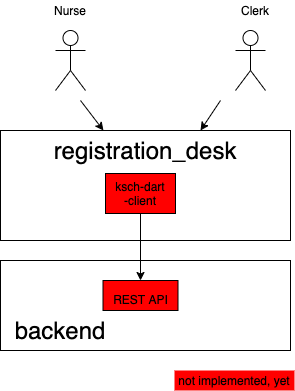
Earlier version of the draw.io export doc/img/context.png (ksch-workflows/registration-desk-flutter). Source tidied: cells renumbered, new cells last; positions are measured from the earlier drawing's top-left corner, leaving out a move shared by most shapes.
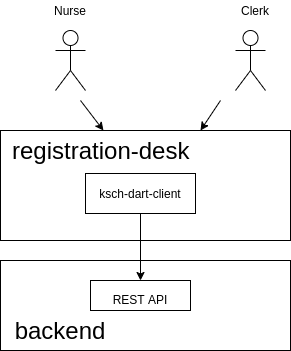
Above is the later version.

Change to the diagram source:
```diff
@@ -5,20 +5,17 @@
     <mxCell id="2" style="rounded=0;whiteSpace=wrap;html=1;" parent="1" vertex="1">
       <mxGeometry y="130" width="290" height="110" as="geometry" />
     </mxCell>
-    <mxCell id="3" value="ksch-dart&lt;br&gt;-client" style="rounded=0;whiteSpace=wrap;html=1;fillColor=#FF0000;" parent="1" vertex="1">
-      <mxGeometry x="105" y="173" width="70" height="40" as="geometry" />
+    <mxCell id="3" value="ksch-dart-client" style="rounded=0;whiteSpace=wrap;html=1;fillColor=none;" parent="1" vertex="1">
+      <mxGeometry x="85" y="173" width="110" height="40" as="geometry" />
     </mxCell>
-    <mxCell id="4" value="not implemented, yet" style="rounded=0;whiteSpace=wrap;html=1;fillColor=#FF0000;strokeColor=none;" parent="1" vertex="1">
-      <mxGeometry x="174" y="370" width="120" height="20" as="geometry" />
-    </mxCell>
     <mxCell id="5" style="rounded=0;whiteSpace=wrap;html=1;fillColor=#FFFFFF;" parent="1" vertex="1">
       <mxGeometry y="260" width="290" height="90" as="geometry" />
     </mxCell>
-    <mxCell id="6" value="registration_desk" style="text;html=1;strokeColor=none;fillColor=none;align=center;verticalAlign=middle;whiteSpace=wrap;rounded=0;fontSize=24;" parent="1" vertex="1">
-      <mxGeometry x="125" y="140" width="40" height="20" as="geometry" />
+    <mxCell id="6" value="registration-desk" style="text;html=1;strokeColor=none;fillColor=none;align=left;verticalAlign=middle;whiteSpace=wrap;rounded=0;fontSize=24;" parent="1" vertex="1">
+      <mxGeometry x="10" y="140" width="220" height="20" as="geometry" />
     </mxCell>
-    <mxCell id="7" value="&lt;font style=&quot;font-size: 12px&quot;&gt;REST API&lt;/font&gt;" style="rounded=0;whiteSpace=wrap;html=1;fontSize=24;fillColor=#FF0000;" parent="1" vertex="1">
-      <mxGeometry x="102.5" y="280" width="75" height="30" as="geometry" />
+    <mxCell id="7" value="&lt;font style=&quot;font-size: 12px&quot;&gt;REST API&lt;/font&gt;" style="rounded=0;whiteSpace=wrap;html=1;fontSize=24;fillColor=none;verticalAlign=middle;" parent="1" vertex="1">
+      <mxGeometry x="90" y="280" width="100" height="30" as="geometry" />
     </mxCell>
     <mxCell id="8" style="endArrow=classic;html=1;fontSize=24;" parent="1" edge="1" source="3" target="7">
       <mxGeometry relative="1" as="geometry" />
```
